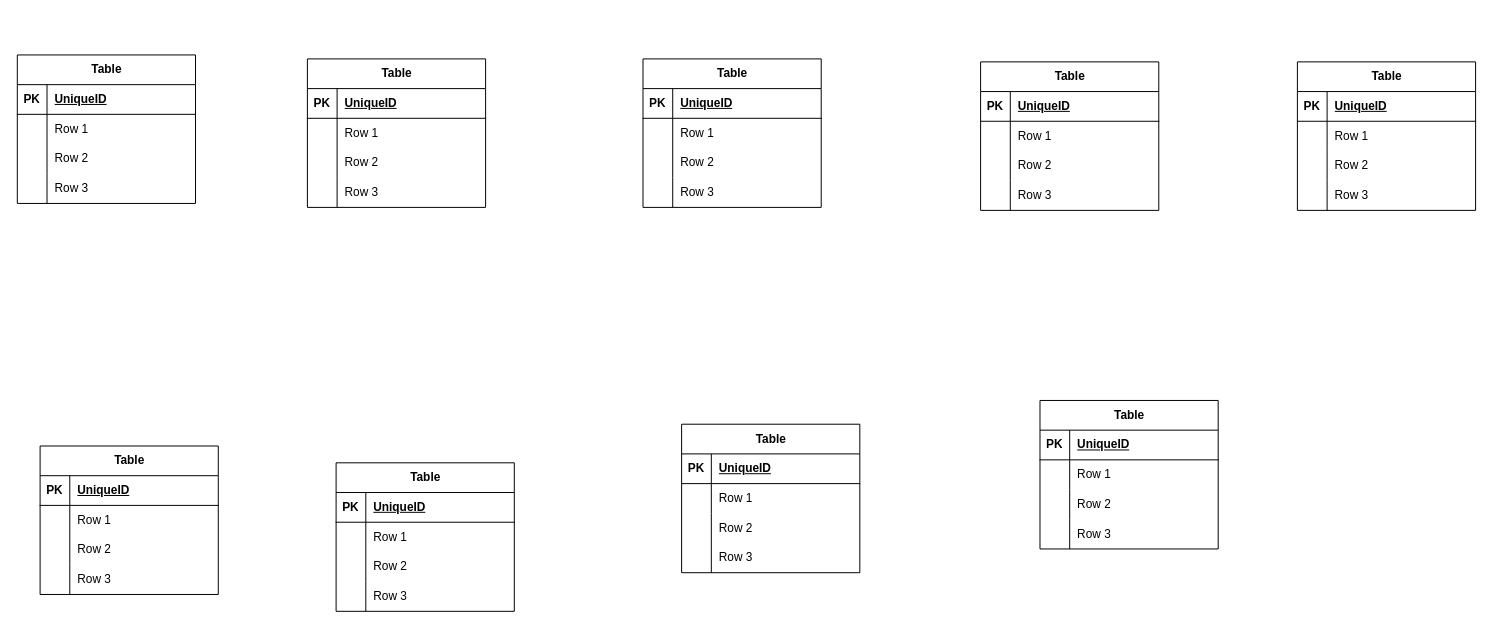
Earlier version of the draw.io diagram back-end/docs/diagrams/DERCampusLend.drawio (Breynersmartinez/CampusLend). Source tidied: cells renumbered, new cells numbered last; positions are measured from the earlier drawing's top-left corner, leaving out a move shared by most shapes. Both pictures are drawn from the tidied source at 99%, with x=0, y=0 at pixel (17, 54).
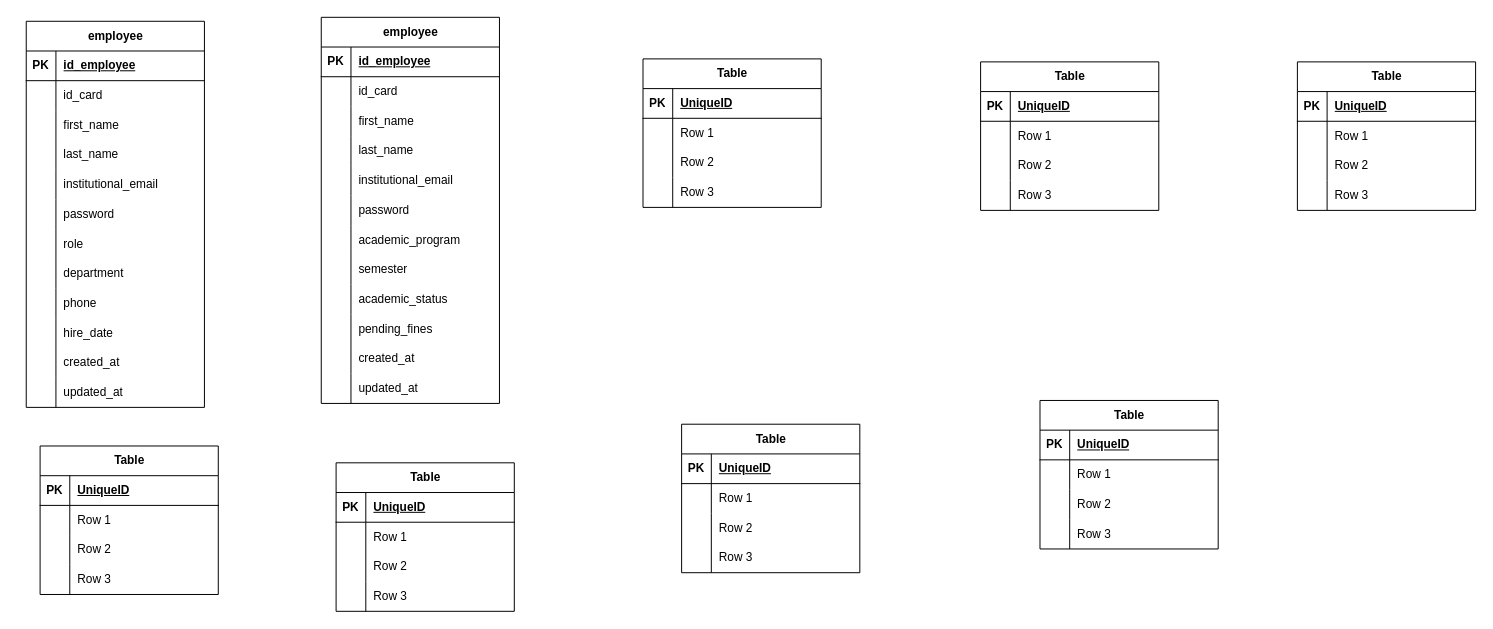
After the change.

The change refers to these unchanged cells:
```xml
<mxCell id="3" style="shape=tableRow;horizontal=0;startSize=0;swimlaneHead=0;swimlaneBody=0;fillColor=none;top=0;left=0;right=0;bottom=1;" parent="2" vertex="1">
  <mxGeometry y="30" width="180" height="30" as="geometry" />
</mxCell>
<mxCell id="6" style="shape=tableRow;horizontal=0;startSize=0;swimlaneHead=0;swimlaneBody=0;fillColor=none;top=0;left=0;right=0;bottom=0;" parent="2" vertex="1">
  <mxGeometry y="60" width="180" height="30" as="geometry" />
</mxCell>
<mxCell id="9" style="shape=tableRow;horizontal=0;startSize=0;swimlaneHead=0;swimlaneBody=0;fillColor=none;top=0;left=0;right=0;bottom=0;" parent="2" vertex="1">
  <mxGeometry y="90" width="180" height="30" as="geometry" />
</mxCell>
<mxCell id="12" style="shape=tableRow;horizontal=0;startSize=0;swimlaneHead=0;swimlaneBody=0;fillColor=none;top=0;left=0;right=0;bottom=0;" parent="2" vertex="1">
  <mxGeometry y="120" width="180" height="30" as="geometry" />
</mxCell>
```

The edit, as a diff of the source:
```diff
@@
-    <mxCell id="2" value="Table" style="shape=table;startSize=30;childLayout=tableLayout;rowLines=0;fontStyle=1;align=center;html=1;" parent="1" vertex="1">
-      <mxGeometry width="180" height="150" as="geometry" />
+    <mxCell id="2" value="employee" style="shape=table;startSize=30;childLayout=tableLayout;rowLines=0;fontStyle=1;align=center;html=1;" parent="1" vertex="1">
+      <mxGeometry x="9" y="-34" width="180" height="390" as="geometry" />
     </mxCell>
@@
-    <mxCell id="5" value="UniqueID" style="shape=partialRectangle;fillColor=none;top=0;left=0;bottom=0;right=0;align=left;spacingLeft=6;fontStyle=5;overflow=hidden;whiteSpace=wrap;html=1;" parent="3" vertex="1">
+    <mxCell id="5" value="id_employee" style="shape=partialRectangle;fillColor=none;top=0;left=0;bottom=0;right=0;align=left;spacingLeft=6;fontStyle=5;overflow=hidden;whiteSpace=wrap;html=1;" parent="3" vertex="1">
       <mxGeometry x="30" width="150" height="30" as="geometry" />
     </mxCell>
@@
-    <mxCell id="8" value="Row 1" style="shape=partialRectangle;fillColor=none;top=0;left=0;bottom=0;right=0;align=left;spacingLeft=6;overflow=hidden;whiteSpace=wrap;html=1;" parent="6" vertex="1">
+    <mxCell id="8" value="id_card" style="shape=partialRectangle;fillColor=none;top=0;left=0;bottom=0;right=0;align=left;spacingLeft=6;overflow=hidden;whiteSpace=wrap;html=1;" parent="6" vertex="1">
       <mxGeometry x="30" width="150" height="30" as="geometry" />
     </mxCell>
@@
-    <mxCell id="11" value="Row 2" style="shape=partialRectangle;fillColor=none;top=0;left=0;bottom=0;right=0;align=left;spacingLeft=6;overflow=hidden;whiteSpace=wrap;html=1;" parent="9" vertex="1">
+    <mxCell id="11" value="first_name" style="shape=partialRectangle;fillColor=none;top=0;left=0;bottom=0;right=0;align=left;spacingLeft=6;overflow=hidden;whiteSpace=wrap;html=1;" parent="9" vertex="1">
       <mxGeometry x="30" width="150" height="30" as="geometry" />
     </mxCell>
@@
-    <mxCell id="14" value="Row 3" style="shape=partialRectangle;fillColor=none;top=0;left=0;bottom=0;right=0;align=left;spacingLeft=6;overflow=hidden;whiteSpace=wrap;html=1;" parent="12" vertex="1">
+    <mxCell id="14" value="last_name&amp;nbsp;" style="shape=partialRectangle;fillColor=none;top=0;left=0;bottom=0;right=0;align=left;spacingLeft=6;overflow=hidden;whiteSpace=wrap;html=1;" parent="12" vertex="1">
       <mxGeometry x="30" width="150" height="30" as="geometry" />
     </mxCell>
-    <mxCell id="15" value="Table" style="shape=table;startSize=30;childLayout=tableLayout;rowLines=0;fontStyle=1;align=center;html=1;" parent="1" vertex="1">
-      <mxGeometry x="293" y="4" width="180" height="150" as="geometry" />
-    </mxCell>
-    <mxCell id="16" style="shape=tableRow;horizontal=0;startSize=0;swimlaneHead=0;swimlaneBody=0;fillColor=none;top=0;left=0;right=0;bottom=1;" parent="15" vertex="1">
-      <mxGeometry y="30" width="180" height="30" as="geometry" />
-    </mxCell>
-    <mxCell id="17" value="PK" style="shape=partialRectangle;fillColor=none;top=0;left=0;bottom=0;right=0;fontStyle=1;overflow=hidden;whiteSpace=wrap;html=1;" parent="16" vertex="1">
-      <mxGeometry width="30" height="30" as="geometry" />
-    </mxCell>
-    <mxCell id="18" value="UniqueID" style="shape=partialRectangle;fillColor=none;top=0;left=0;bottom=0;right=0;align=left;spacingLeft=6;fontStyle=5;overflow=hidden;whiteSpace=wrap;html=1;" parent="16" vertex="1">
-      <mxGeometry x="30" width="150" height="30" as="geometry" />
-    </mxCell>
-    <mxCell id="19" style="shape=tableRow;horizontal=0;startSize=0;swimlaneHead=0;swimlaneBody=0;fillColor=none;top=0;left=0;right=0;bottom=0;" parent="15" vertex="1">
-      <mxGeometry y="60" width="180" height="30" as="geometry" />
-    </mxCell>
-    <mxCell id="20" style="shape=partialRectangle;fillColor=none;top=0;left=0;bottom=0;right=0;overflow=hidden;whiteSpace=wrap;html=1;" parent="19" vertex="1">
-      <mxGeometry width="30" height="30" as="geometry" />
-    </mxCell>
-    <mxCell id="21" value="Row 1" style="shape=partialRectangle;fillColor=none;top=0;left=0;bottom=0;right=0;align=left;spacingLeft=6;overflow=hidden;whiteSpace=wrap;html=1;" parent="19" vertex="1">
-      <mxGeometry x="30" width="150" height="30" as="geometry" />
-    </mxCell>
-    <mxCell id="22" style="shape=tableRow;horizontal=0;startSize=0;swimlaneHead=0;swimlaneBody=0;fillColor=none;top=0;left=0;right=0;bottom=0;" parent="15" vertex="1">
-      <mxGeometry y="90" width="180" height="30" as="geometry" />
-    </mxCell>
-    <mxCell id="23" style="shape=partialRectangle;fillColor=none;top=0;left=0;bottom=0;right=0;overflow=hidden;whiteSpace=wrap;html=1;" parent="22" vertex="1">
-      <mxGeometry width="30" height="30" as="geometry" />
-    </mxCell>
-    <mxCell id="24" value="Row 2" style="shape=partialRectangle;fillColor=none;top=0;left=0;bottom=0;right=0;align=left;spacingLeft=6;overflow=hidden;whiteSpace=wrap;html=1;" parent="22" vertex="1">
-      <mxGeometry x="30" width="150" height="30" as="geometry" />
-    </mxCell>
-    <mxCell id="25" style="shape=tableRow;horizontal=0;startSize=0;swimlaneHead=0;swimlaneBody=0;fillColor=none;top=0;left=0;right=0;bottom=0;" parent="15" vertex="1">
-      <mxGeometry y="120" width="180" height="30" as="geometry" />
-    </mxCell>
-    <mxCell id="26" style="shape=partialRectangle;fillColor=none;top=0;left=0;bottom=0;right=0;overflow=hidden;whiteSpace=wrap;html=1;" parent="25" vertex="1">
-      <mxGeometry width="30" height="30" as="geometry" />
-    </mxCell>
-    <mxCell id="27" value="Row 3" style="shape=partialRectangle;fillColor=none;top=0;left=0;bottom=0;right=0;align=left;spacingLeft=6;overflow=hidden;whiteSpace=wrap;html=1;" parent="25" vertex="1">
-      <mxGeometry x="30" width="150" height="30" as="geometry" />
-    </mxCell>
+    <mxCell id="119" style="shape=tableRow;horizontal=0;startSize=0;swimlaneHead=0;swimlaneBody=0;fillColor=none;top=0;left=0;right=0;bottom=0;" parent="2" vertex="1">
+      <mxGeometry y="150" width="180" height="30" as="geometry" />
+    </mxCell>
+    <mxCell id="120" style="shape=partialRectangle;fillColor=none;top=0;left=0;bottom=0;right=0;overflow=hidden;whiteSpace=wrap;html=1;" parent="119" vertex="1">
+      <mxGeometry width="30" height="30" as="geometry" />
+    </mxCell>
+    <mxCell id="121" value="institutional_email&amp;nbsp;" style="shape=partialRectangle;fillColor=none;top=0;left=0;bottom=0;right=0;align=left;spacingLeft=6;overflow=hidden;whiteSpace=wrap;html=1;" parent="119" vertex="1">
+      <mxGeometry x="30" width="150" height="30" as="geometry" />
+    </mxCell>
+    <mxCell id="122" style="shape=tableRow;horizontal=0;startSize=0;swimlaneHead=0;swimlaneBody=0;fillColor=none;top=0;left=0;right=0;bottom=0;" parent="2" vertex="1">
+      <mxGeometry y="180" width="180" height="30" as="geometry" />
+    </mxCell>
+    <mxCell id="123" style="shape=partialRectangle;fillColor=none;top=0;left=0;bottom=0;right=0;overflow=hidden;whiteSpace=wrap;html=1;" parent="122" vertex="1">
+      <mxGeometry width="30" height="30" as="geometry" />
+    </mxCell>
+    <mxCell id="124" value="password" style="shape=partialRectangle;fillColor=none;top=0;left=0;bottom=0;right=0;align=left;spacingLeft=6;overflow=hidden;whiteSpace=wrap;html=1;" parent="122" vertex="1">
+      <mxGeometry x="30" width="150" height="30" as="geometry" />
+    </mxCell>
+    <mxCell id="125" style="shape=tableRow;horizontal=0;startSize=0;swimlaneHead=0;swimlaneBody=0;fillColor=none;top=0;left=0;right=0;bottom=0;" parent="2" vertex="1">
+      <mxGeometry y="210" width="180" height="30" as="geometry" />
+    </mxCell>
+    <mxCell id="126" style="shape=partialRectangle;fillColor=none;top=0;left=0;bottom=0;right=0;overflow=hidden;whiteSpace=wrap;html=1;" parent="125" vertex="1">
+      <mxGeometry width="30" height="30" as="geometry" />
+    </mxCell>
+    <mxCell id="127" value="role" style="shape=partialRectangle;fillColor=none;top=0;left=0;bottom=0;right=0;align=left;spacingLeft=6;overflow=hidden;whiteSpace=wrap;html=1;" parent="125" vertex="1">
+      <mxGeometry x="30" width="150" height="30" as="geometry" />
+    </mxCell>
+    <mxCell id="128" style="shape=tableRow;horizontal=0;startSize=0;swimlaneHead=0;swimlaneBody=0;fillColor=none;top=0;left=0;right=0;bottom=0;" parent="2" vertex="1">
+      <mxGeometry y="240" width="180" height="30" as="geometry" />
+    </mxCell>
+    <mxCell id="129" style="shape=partialRectangle;fillColor=none;top=0;left=0;bottom=0;right=0;overflow=hidden;whiteSpace=wrap;html=1;" parent="128" vertex="1">
+      <mxGeometry width="30" height="30" as="geometry" />
+    </mxCell>
+    <mxCell id="130" value="department" style="shape=partialRectangle;fillColor=none;top=0;left=0;bottom=0;right=0;align=left;spacingLeft=6;overflow=hidden;whiteSpace=wrap;html=1;" parent="128" vertex="1">
+      <mxGeometry x="30" width="150" height="30" as="geometry" />
+    </mxCell>
+    <mxCell id="131" style="shape=tableRow;horizontal=0;startSize=0;swimlaneHead=0;swimlaneBody=0;fillColor=none;top=0;left=0;right=0;bottom=0;" parent="2" vertex="1">
+      <mxGeometry y="270" width="180" height="30" as="geometry" />
+    </mxCell>
+    <mxCell id="132" style="shape=partialRectangle;fillColor=none;top=0;left=0;bottom=0;right=0;overflow=hidden;whiteSpace=wrap;html=1;" parent="131" vertex="1">
+      <mxGeometry width="30" height="30" as="geometry" />
+    </mxCell>
+    <mxCell id="133" value="phone" style="shape=partialRectangle;fillColor=none;top=0;left=0;bottom=0;right=0;align=left;spacingLeft=6;overflow=hidden;whiteSpace=wrap;html=1;" parent="131" vertex="1">
+      <mxGeometry x="30" width="150" height="30" as="geometry" />
+    </mxCell>
+    <mxCell id="134" style="shape=tableRow;horizontal=0;startSize=0;swimlaneHead=0;swimlaneBody=0;fillColor=none;top=0;left=0;right=0;bottom=0;" parent="2" vertex="1">
+      <mxGeometry y="300" width="180" height="30" as="geometry" />
+    </mxCell>
+    <mxCell id="135" style="shape=partialRectangle;fillColor=none;top=0;left=0;bottom=0;right=0;overflow=hidden;whiteSpace=wrap;html=1;" parent="134" vertex="1">
+      <mxGeometry width="30" height="30" as="geometry" />
+    </mxCell>
+    <mxCell id="136" value="hire_date" style="shape=partialRectangle;fillColor=none;top=0;left=0;bottom=0;right=0;align=left;spacingLeft=6;overflow=hidden;whiteSpace=wrap;html=1;" parent="134" vertex="1">
+      <mxGeometry x="30" width="150" height="30" as="geometry" />
+    </mxCell>
+    <mxCell id="137" style="shape=tableRow;horizontal=0;startSize=0;swimlaneHead=0;swimlaneBody=0;fillColor=none;top=0;left=0;right=0;bottom=0;" parent="2" vertex="1">
+      <mxGeometry y="330" width="180" height="30" as="geometry" />
+    </mxCell>
+    <mxCell id="138" style="shape=partialRectangle;fillColor=none;top=0;left=0;bottom=0;right=0;overflow=hidden;whiteSpace=wrap;html=1;" parent="137" vertex="1">
+      <mxGeometry width="30" height="30" as="geometry" />
+    </mxCell>
+    <mxCell id="139" value="created_at" style="shape=partialRectangle;fillColor=none;top=0;left=0;bottom=0;right=0;align=left;spacingLeft=6;overflow=hidden;whiteSpace=wrap;html=1;" parent="137" vertex="1">
+      <mxGeometry x="30" width="150" height="30" as="geometry" />
+    </mxCell>
+    <mxCell id="140" style="shape=tableRow;horizontal=0;startSize=0;swimlaneHead=0;swimlaneBody=0;fillColor=none;top=0;left=0;right=0;bottom=0;" parent="2" vertex="1">
+      <mxGeometry y="360" width="180" height="30" as="geometry" />
+    </mxCell>
+    <mxCell id="141" style="shape=partialRectangle;fillColor=none;top=0;left=0;bottom=0;right=0;overflow=hidden;whiteSpace=wrap;html=1;" parent="140" vertex="1">
+      <mxGeometry width="30" height="30" as="geometry" />
+    </mxCell>
+    <mxCell id="142" value="updated_at" style="shape=partialRectangle;fillColor=none;top=0;left=0;bottom=0;right=0;align=left;spacingLeft=6;overflow=hidden;whiteSpace=wrap;html=1;" parent="140" vertex="1">
+      <mxGeometry x="30" width="150" height="30" as="geometry" />
+    </mxCell>
@@
+    <mxCell id="143" value="employee" style="shape=table;startSize=30;childLayout=tableLayout;rowLines=0;fontStyle=1;align=center;html=1;" parent="1" vertex="1">
+      <mxGeometry x="307" y="-38" width="180" height="390" as="geometry" />
+    </mxCell>
+    <mxCell id="16" style="shape=tableRow;horizontal=0;startSize=0;swimlaneHead=0;swimlaneBody=0;fillColor=none;top=0;left=0;right=0;bottom=1;" parent="143" vertex="1">
+      <mxGeometry y="30" width="180" height="30" as="geometry" />
+    </mxCell>
+    <mxCell id="17" value="PK" style="shape=partialRectangle;fillColor=none;top=0;left=0;bottom=0;right=0;fontStyle=1;overflow=hidden;whiteSpace=wrap;html=1;" parent="16" vertex="1">
+      <mxGeometry width="30" height="30" as="geometry" />
+    </mxCell>
+    <mxCell id="144" value="id_employee" style="shape=partialRectangle;fillColor=none;top=0;left=0;bottom=0;right=0;align=left;spacingLeft=6;fontStyle=5;overflow=hidden;whiteSpace=wrap;html=1;" parent="16" vertex="1">
+      <mxGeometry x="30" width="150" height="30" as="geometry" />
+    </mxCell>
+    <mxCell id="19" style="shape=tableRow;horizontal=0;startSize=0;swimlaneHead=0;swimlaneBody=0;fillColor=none;top=0;left=0;right=0;bottom=0;" parent="143" vertex="1">
+      <mxGeometry y="60" width="180" height="30" as="geometry" />
+    </mxCell>
+    <mxCell id="145" style="shape=partialRectangle;fillColor=none;top=0;left=0;bottom=0;right=0;overflow=hidden;whiteSpace=wrap;html=1;" parent="19" vertex="1">
+      <mxGeometry width="30" height="30" as="geometry" />
+    </mxCell>
+    <mxCell id="146" value="id_card" style="shape=partialRectangle;fillColor=none;top=0;left=0;bottom=0;right=0;align=left;spacingLeft=6;overflow=hidden;whiteSpace=wrap;html=1;" parent="19" vertex="1">
+      <mxGeometry x="30" width="150" height="30" as="geometry" />
+    </mxCell>
+    <mxCell id="22" style="shape=tableRow;horizontal=0;startSize=0;swimlaneHead=0;swimlaneBody=0;fillColor=none;top=0;left=0;right=0;bottom=0;" parent="143" vertex="1">
+      <mxGeometry y="90" width="180" height="30" as="geometry" />
+    </mxCell>
+    <mxCell id="147" style="shape=partialRectangle;fillColor=none;top=0;left=0;bottom=0;right=0;overflow=hidden;whiteSpace=wrap;html=1;" parent="22" vertex="1">
+      <mxGeometry width="30" height="30" as="geometry" />
+    </mxCell>
+    <mxCell id="148" value="first_name" style="shape=partialRectangle;fillColor=none;top=0;left=0;bottom=0;right=0;align=left;spacingLeft=6;overflow=hidden;whiteSpace=wrap;html=1;" parent="22" vertex="1">
+      <mxGeometry x="30" width="150" height="30" as="geometry" />
+    </mxCell>
+    <mxCell id="25" style="shape=tableRow;horizontal=0;startSize=0;swimlaneHead=0;swimlaneBody=0;fillColor=none;top=0;left=0;right=0;bottom=0;" parent="143" vertex="1">
+      <mxGeometry y="120" width="180" height="30" as="geometry" />
+    </mxCell>
+    <mxCell id="149" style="shape=partialRectangle;fillColor=none;top=0;left=0;bottom=0;right=0;overflow=hidden;whiteSpace=wrap;html=1;" parent="25" vertex="1">
+      <mxGeometry width="30" height="30" as="geometry" />
+    </mxCell>
+    <mxCell id="150" value="last_name&amp;nbsp;" style="shape=partialRectangle;fillColor=none;top=0;left=0;bottom=0;right=0;align=left;spacingLeft=6;overflow=hidden;whiteSpace=wrap;html=1;" parent="25" vertex="1">
+      <mxGeometry x="30" width="150" height="30" as="geometry" />
+    </mxCell>
+    <mxCell id="151" style="shape=tableRow;horizontal=0;startSize=0;swimlaneHead=0;swimlaneBody=0;fillColor=none;top=0;left=0;right=0;bottom=0;" parent="143" vertex="1">
+      <mxGeometry y="150" width="180" height="30" as="geometry" />
+    </mxCell>
+    <mxCell id="152" style="shape=partialRectangle;fillColor=none;top=0;left=0;bottom=0;right=0;overflow=hidden;whiteSpace=wrap;html=1;" parent="151" vertex="1">
+      <mxGeometry width="30" height="30" as="geometry" />
+    </mxCell>
+    <mxCell id="153" value="institutional_email&amp;nbsp;" style="shape=partialRectangle;fillColor=none;top=0;left=0;bottom=0;right=0;align=left;spacingLeft=6;overflow=hidden;whiteSpace=wrap;html=1;" parent="151" vertex="1">
+      <mxGeometry x="30" width="150" height="30" as="geometry" />
+    </mxCell>
+    <mxCell id="154" style="shape=tableRow;horizontal=0;startSize=0;swimlaneHead=0;swimlaneBody=0;fillColor=none;top=0;left=0;right=0;bottom=0;" parent="143" vertex="1">
+      <mxGeometry y="180" width="180" height="30" as="geometry" />
+    </mxCell>
+    <mxCell id="155" style="shape=partialRectangle;fillColor=none;top=0;left=0;bottom=0;right=0;overflow=hidden;whiteSpace=wrap;html=1;" parent="154" vertex="1">
+      <mxGeometry width="30" height="30" as="geometry" />
+    </mxCell>
+    <mxCell id="156" value="password" style="shape=partialRectangle;fillColor=none;top=0;left=0;bottom=0;right=0;align=left;spacingLeft=6;overflow=hidden;whiteSpace=wrap;html=1;" parent="154" vertex="1">
+      <mxGeometry x="30" width="150" height="30" as="geometry" />
+    </mxCell>
+    <mxCell id="157" style="shape=tableRow;horizontal=0;startSize=0;swimlaneHead=0;swimlaneBody=0;fillColor=none;top=0;left=0;right=0;bottom=0;" parent="143" vertex="1">
+      <mxGeometry y="210" width="180" height="30" as="geometry" />
+    </mxCell>
+    <mxCell id="158" style="shape=partialRectangle;fillColor=none;top=0;left=0;bottom=0;right=0;overflow=hidden;whiteSpace=wrap;html=1;" parent="157" vertex="1">
+      <mxGeometry width="30" height="30" as="geometry" />
+    </mxCell>
+    <mxCell id="159" value="academic_program" style="shape=partialRectangle;fillColor=none;top=0;left=0;bottom=0;right=0;align=left;spacingLeft=6;overflow=hidden;whiteSpace=wrap;html=1;" parent="157" vertex="1">
+      <mxGeometry x="30" width="150" height="30" as="geometry" />
+    </mxCell>
+    <mxCell id="160" style="shape=tableRow;horizontal=0;startSize=0;swimlaneHead=0;swimlaneBody=0;fillColor=none;top=0;left=0;right=0;bottom=0;" parent="143" vertex="1">
+      <mxGeometry y="240" width="180" height="30" as="geometry" />
+    </mxCell>
+    <mxCell id="161" style="shape=partialRectangle;fillColor=none;top=0;left=0;bottom=0;right=0;overflow=hidden;whiteSpace=wrap;html=1;" parent="160" vertex="1">
+      <mxGeometry width="30" height="30" as="geometry" />
+    </mxCell>
+    <mxCell id="162" value="semester" style="shape=partialRectangle;fillColor=none;top=0;left=0;bottom=0;right=0;align=left;spacingLeft=6;overflow=hidden;whiteSpace=wrap;html=1;" parent="160" vertex="1">
+      <mxGeometry x="30" width="150" height="30" as="geometry" />
+    </mxCell>
+    <mxCell id="163" style="shape=tableRow;horizontal=0;startSize=0;swimlaneHead=0;swimlaneBody=0;fillColor=none;top=0;left=0;right=0;bottom=0;" parent="143" vertex="1">
+      <mxGeometry y="270" width="180" height="30" as="geometry" />
+    </mxCell>
+    <mxCell id="164" style="shape=partialRectangle;fillColor=none;top=0;left=0;bottom=0;right=0;overflow=hidden;whiteSpace=wrap;html=1;" parent="163" vertex="1">
+      <mxGeometry width="30" height="30" as="geometry" />
+    </mxCell>
+    <mxCell id="165" value="academic_status" style="shape=partialRectangle;fillColor=none;top=0;left=0;bottom=0;right=0;align=left;spacingLeft=6;overflow=hidden;whiteSpace=wrap;html=1;" parent="163" vertex="1">
+      <mxGeometry x="30" width="150" height="30" as="geometry" />
+    </mxCell>
+    <mxCell id="166" style="shape=tableRow;horizontal=0;startSize=0;swimlaneHead=0;swimlaneBody=0;fillColor=none;top=0;left=0;right=0;bottom=0;" parent="143" vertex="1">
+      <mxGeometry y="300" width="180" height="30" as="geometry" />
+    </mxCell>
+    <mxCell id="167" style="shape=partialRectangle;fillColor=none;top=0;left=0;bottom=0;right=0;overflow=hidden;whiteSpace=wrap;html=1;" parent="166" vertex="1">
+      <mxGeometry width="30" height="30" as="geometry" />
+    </mxCell>
+    <mxCell id="168" value="pending_fines" style="shape=partialRectangle;fillColor=none;top=0;left=0;bottom=0;right=0;align=left;spacingLeft=6;overflow=hidden;whiteSpace=wrap;html=1;" parent="166" vertex="1">
+      <mxGeometry x="30" width="150" height="30" as="geometry" />
+    </mxCell>
+    <mxCell id="169" style="shape=tableRow;horizontal=0;startSize=0;swimlaneHead=0;swimlaneBody=0;fillColor=none;top=0;left=0;right=0;bottom=0;" parent="143" vertex="1">
+      <mxGeometry y="330" width="180" height="30" as="geometry" />
+    </mxCell>
+    <mxCell id="170" style="shape=partialRectangle;fillColor=none;top=0;left=0;bottom=0;right=0;overflow=hidden;whiteSpace=wrap;html=1;" parent="169" vertex="1">
+      <mxGeometry width="30" height="30" as="geometry" />
+    </mxCell>
+    <mxCell id="171" value="created_at" style="shape=partialRectangle;fillColor=none;top=0;left=0;bottom=0;right=0;align=left;spacingLeft=6;overflow=hidden;whiteSpace=wrap;html=1;" parent="169" vertex="1">
+      <mxGeometry x="30" width="150" height="30" as="geometry" />
+    </mxCell>
+    <mxCell id="172" style="shape=tableRow;horizontal=0;startSize=0;swimlaneHead=0;swimlaneBody=0;fillColor=none;top=0;left=0;right=0;bottom=0;" parent="143" vertex="1">
+      <mxGeometry y="360" width="180" height="30" as="geometry" />
+    </mxCell>
+    <mxCell id="173" style="shape=partialRectangle;fillColor=none;top=0;left=0;bottom=0;right=0;overflow=hidden;whiteSpace=wrap;html=1;" parent="172" vertex="1">
+      <mxGeometry width="30" height="30" as="geometry" />
+    </mxCell>
+    <mxCell id="174" value="updated_at" style="shape=partialRectangle;fillColor=none;top=0;left=0;bottom=0;right=0;align=left;spacingLeft=6;overflow=hidden;whiteSpace=wrap;html=1;" parent="172" vertex="1">
+      <mxGeometry x="30" width="150" height="30" as="geometry" />
+    </mxCell>
```
